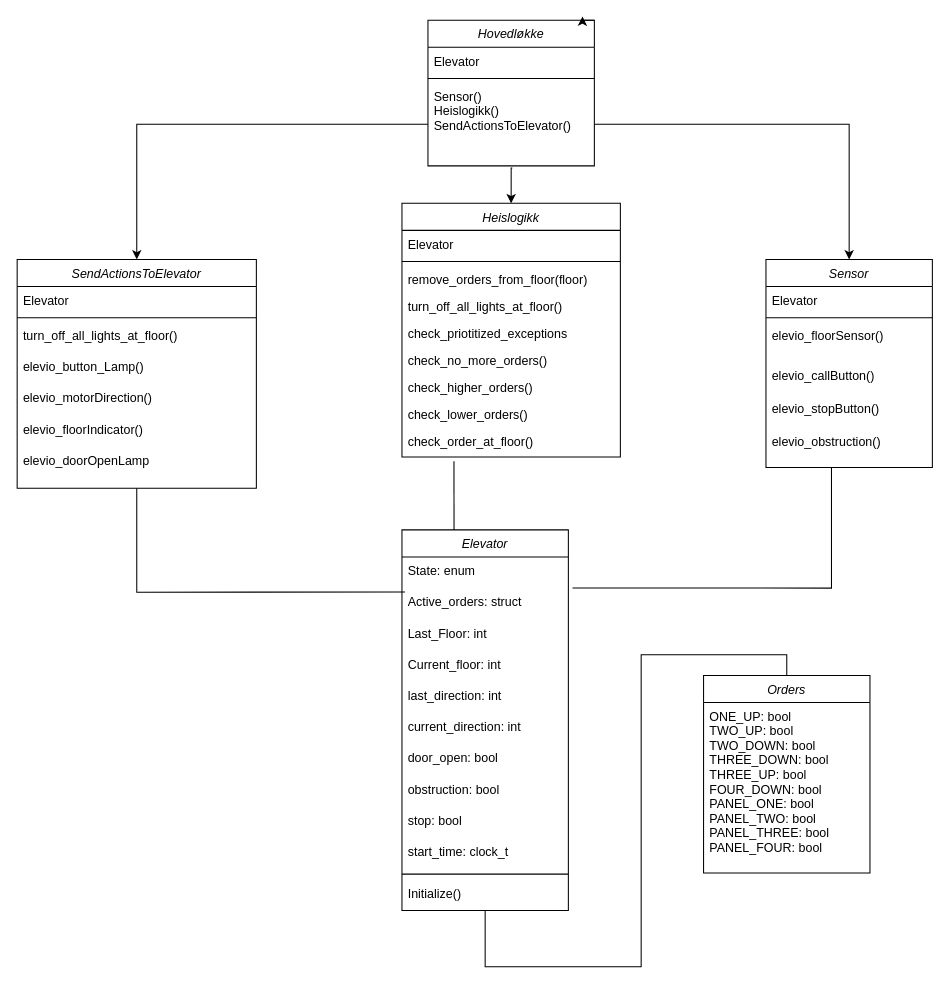
Earlier version of the draw.io diagram ClassDiagram.drawio (MathiasSagerup/TilpDat). Source tidied: cells renumbered, new cells numbered last; positions are measured from the earlier drawing's top-left corner, leaving out a move shared by most shapes. Both pictures are drawn from the tidied source at 104%, with x=0, y=0 at pixel (17, 20).
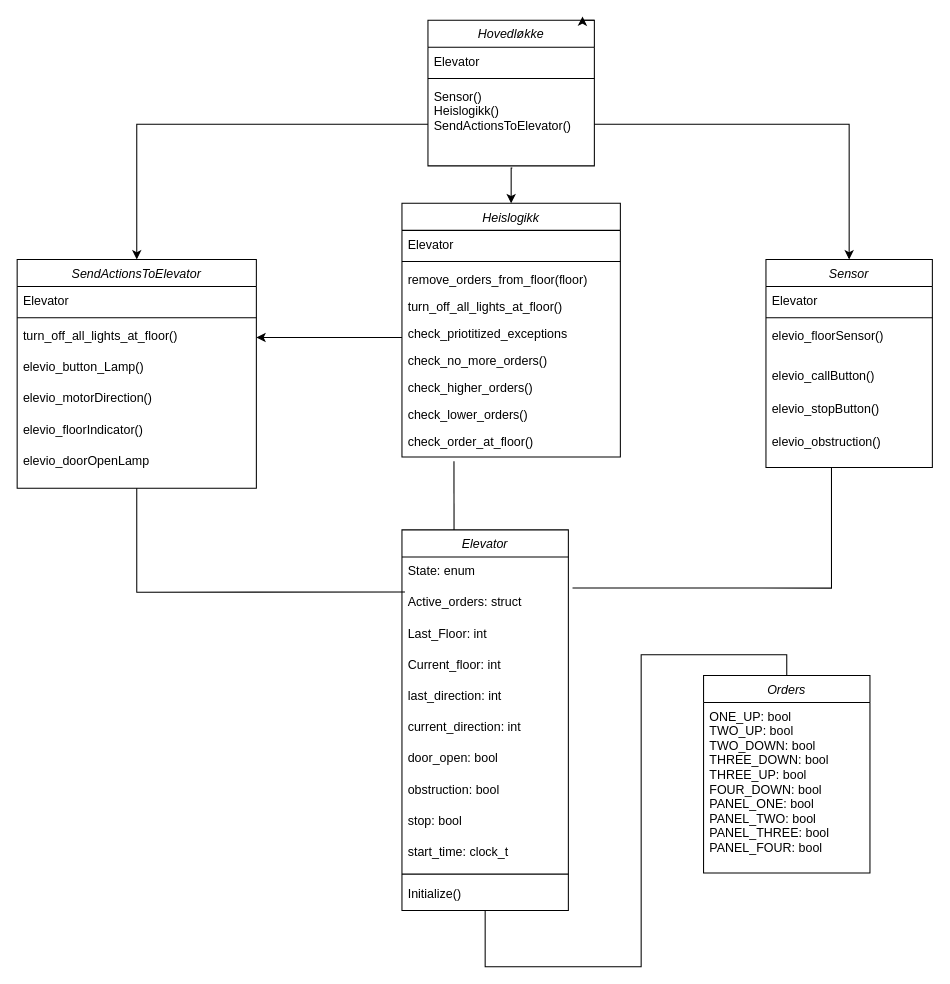
Above is the later version.

The change refers to these unchanged cells:
```xml
<mxCell id="30" value="Heislogikk" style="swimlane;fontStyle=2;align=center;verticalAlign=top;horizontal=1;startSize=26;rounded=0;shadow=0;strokeWidth=1;" parent="1" vertex="1">
  <mxGeometry x="370" y="176" width="210" height="244" as="geometry" />
</mxCell>
<mxCell id="43" value="turn_off_all_lights_at_floor()" style="text;align=left;verticalAlign=top;spacingLeft=4;spacingRight=4;overflow=hidden;points=[[0,0.5],[1,0.5]];portConstraint=eastwest;" parent="40" vertex="1">
  <mxGeometry y="60" width="230" height="30" as="geometry" />
</mxCell>
```

Diff of the diagram source:
```diff
@@
+    <mxCell id="55" style="edgeStyle=orthogonalEdgeStyle;rounded=0;jettySize=auto;html=1;entryX=1;entryY=0.5;entryDx=0;entryDy=0;" parent="1" edge="1" source="30" target="43">
+      <mxGeometry relative="1" as="geometry">
+        <Array as="points">
+          <mxPoint x="340" y="305" />
+          <mxPoint x="340" y="305" />
+        </Array>
+      </mxGeometry>
+    </mxCell>
```
